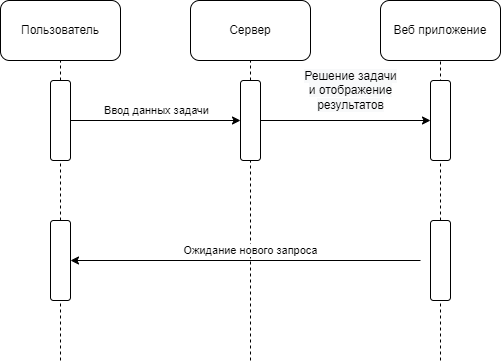
Before: boundary_value_problem.png, a diagram exported from draw.io (Dramb-Inc/Solution_boundary_value_problem). Source tidied: cells renumbered, new cells last; positions are measured from the earlier drawing's top-left corner, leaving out a move shared by most shapes.
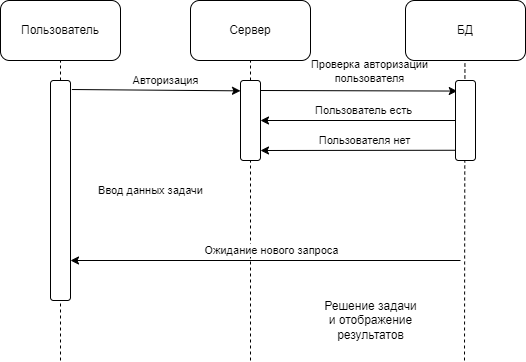
The same diagram one commit later.

Change to the diagram source:
```diff
@@ -16,17 +16,16 @@
         <mxPoint x="250" y="60" as="targetPoint" />
       </mxGeometry>
     </mxCell>
-    <mxCell id="6" value="Веб приложение" style="rounded=1;whiteSpace=wrap;html=1;" parent="1" vertex="1">
-      <mxGeometry x="380" width="120" height="60" as="geometry" />
-    </mxCell>
-    <mxCell id="7" style="endArrow=none;dashed=1;html=1;rounded=0;startArrow=none;" parent="1" edge="1" source="13">
-      <mxGeometry relative="1" as="geometry">
-        <mxPoint x="440" y="60" as="targetPoint" />
-      </mxGeometry>
-    </mxCell>
-    <mxCell id="8" value="&lt;font&gt;Ввод данных задачи&lt;/font&gt;" style="endArrow=classic;html=1;rounded=0;exitX=1;exitY=0.5;exitDx=0;exitDy=0;" parent="1" edge="1" source="18" target="9">
-      <mxGeometry y="10" relative="1" as="geometry" />
+    <mxCell id="8" value="&lt;font&gt;Ввод данных задачи&lt;/font&gt;" style="endArrow=classic;html=1;rounded=0;exitX=1.069;exitY=0.041;exitDx=0;exitDy=0;exitPerimeter=0;" parent="1" edge="1" source="18">
+      <mxGeometry x="-0.06" y="-100" relative="1" as="geometry">
+        <mxPoint x="240" y="90.4" as="targetPoint" />
+      </mxGeometry>
     </mxCell>
+    <mxCell id="20" value="Авторизация" style="edgeLabel;html=1;align=center;verticalAlign=middle;" parent="8" vertex="1">
+      <mxGeometry x="0.1" y="1" relative="1" as="geometry">
+        <mxPoint y="-9" as="offset" />
+      </mxGeometry>
+    </mxCell>
     <mxCell id="9" style="rounded=1;whiteSpace=wrap;html=1;" parent="1" vertex="1">
       <mxGeometry x="240" y="80" width="20" height="80" as="geometry" />
     </mxCell>
@@ -35,38 +34,63 @@
         <mxPoint x="250" y="360" as="sourcePoint" />
       </mxGeometry>
     </mxCell>
-    <mxCell id="11" value="&lt;font&gt;&lt;span style=&quot;color: rgb(0, 0, 0); font-family: Helvetica; font-size: 12px; font-style: normal; font-variant-ligatures: normal; font-variant-caps: normal; font-weight: 400; letter-spacing: normal; orphans: 2; text-align: center; text-indent: 0px; text-transform: none; widows: 2; word-spacing: 0px; -webkit-text-stroke-width: 0px; background-color: rgb(248, 249, 250); text-decoration-thickness: initial; text-decoration-style: initial; text-decoration-color: initial; float: none; display: inline !important;&quot;&gt;Решение задачи &lt;br&gt;и отображение&lt;br&gt;результатов&lt;br&gt;&lt;/span&gt;&lt;/font&gt;" style="endArrow=classic;html=1;rounded=0;exitX=1;exitY=0.5;exitDx=0;exitDy=0;entryX=0;entryY=0.5;entryDx=0;entryDy=0;" parent="1" edge="1" source="9" target="12">
-      <mxGeometry x="0.06" y="30" relative="1" as="geometry" />
+    <mxCell id="11" value="&lt;font&gt;&lt;span style=&quot;color: rgb(0, 0, 0); font-family: Helvetica; font-size: 12px; font-style: normal; font-variant-ligatures: normal; font-variant-caps: normal; font-weight: 400; letter-spacing: normal; orphans: 2; text-align: center; text-indent: 0px; text-transform: none; widows: 2; word-spacing: 0px; -webkit-text-stroke-width: 0px; background-color: rgb(248, 249, 250); text-decoration-thickness: initial; text-decoration-style: initial; text-decoration-color: initial; float: none; display: inline !important;&quot;&gt;&lt;br&gt;&lt;/span&gt;&lt;/font&gt;" style="endArrow=classic;html=1;rounded=0;exitX=1;exitY=0.5;exitDx=0;exitDy=0;entryX=0.088;entryY=0.132;entryDx=0;entryDy=0;entryPerimeter=0;" parent="1" edge="1" target="24">
+      <mxGeometry x="0.26" y="-100" relative="1" as="geometry">
+        <mxPoint x="260" y="90" as="sourcePoint" />
+      </mxGeometry>
     </mxCell>
-    <mxCell id="12" style="rounded=1;whiteSpace=wrap;html=1;" parent="1" vertex="1">
-      <mxGeometry x="430" y="80" width="20" height="80" as="geometry" />
-    </mxCell>
-    <mxCell id="13" style="rounded=1;whiteSpace=wrap;html=1;" parent="1" vertex="1">
-      <mxGeometry x="430" y="220" width="20" height="80" as="geometry" />
-    </mxCell>
-    <mxCell id="14" style="endArrow=none;dashed=1;html=1;rounded=0;" parent="1" edge="1" target="13">
-      <mxGeometry relative="1" as="geometry">
-        <mxPoint x="440" y="360" as="sourcePoint" />
-      </mxGeometry>
-    </mxCell>
-    <mxCell id="15" style="rounded=1;whiteSpace=wrap;html=1;" parent="1" vertex="1">
-      <mxGeometry x="50" y="220" width="20" height="80" as="geometry" />
-    </mxCell>
+    <mxCell id="21" value="Проверка авторизации&lt;br&gt;&lt;font&gt;пользователя&lt;/font&gt;" style="edgeLabel;html=1;align=center;verticalAlign=middle;" parent="11" vertex="1">
+      <mxGeometry x="0.1" relative="1" as="geometry">
+        <mxPoint y="-20" as="offset" />
+      </mxGeometry>
+    </mxCell>
-    <mxCell id="16" style="endArrow=none;dashed=1;html=1;rounded=0;entryX=0.5;entryY=1;entryDx=0;entryDy=0;" parent="1" edge="1" target="15">
+    <mxCell id="16" style="endArrow=none;dashed=1;html=1;rounded=0;entryX=0.5;entryY=1;entryDx=0;entryDy=0;" parent="1" edge="1">
       <mxGeometry relative="1" as="geometry">
         <mxPoint x="60" y="360" as="sourcePoint" />
+        <mxPoint x="60" y="300" as="targetPoint" />
       </mxGeometry>
     </mxCell>
-    <mxCell id="17" value="Ожидание нового запроса" style="endArrow=classic;html=1;rounded=0;entryX=1;entryY=0.5;entryDx=0;entryDy=0;" parent="1" edge="1" target="15">
+    <mxCell id="17" value="Ожидание нового запроса" style="endArrow=classic;html=1;rounded=0;entryX=1;entryY=0.5;entryDx=0;entryDy=0;" parent="1" edge="1">
       <mxGeometry x="-0.03" y="-10" relative="1" as="geometry">
-        <mxPoint x="420" y="260" as="sourcePoint" />
+        <mxPoint x="460" y="260" as="sourcePoint" />
+        <mxPoint x="70" y="260" as="targetPoint" />
       </mxGeometry>
     </mxCell>
     <mxCell id="18" style="rounded=1;whiteSpace=wrap;html=1;" parent="1" vertex="1">
-      <mxGeometry x="50" y="80" width="20" height="80" as="geometry" />
+      <mxGeometry x="50" y="80" width="20" height="220" as="geometry" />
     </mxCell>
-    <mxCell id="19" style="endArrow=none;dashed=1;html=1;rounded=0;entryX=0.5;entryY=1;entryDx=0;entryDy=0;startArrow=none;" parent="1" edge="1" source="15" target="18">
-      <mxGeometry relative="1" as="geometry" />
-    </mxCell>
+    <mxCell id="22" value="БД" style="rounded=1;whiteSpace=wrap;html=1;" parent="1" vertex="1">
+      <mxGeometry x="405" width="120" height="60" as="geometry" />
+    </mxCell>
+    <mxCell id="23" style="endArrow=none;dashed=1;html=1;rounded=0;" parent="1" edge="1">
+      <mxGeometry relative="1" as="geometry">
+        <mxPoint x="464" y="360" as="sourcePoint" />
+        <mxPoint x="464.4" y="60" as="targetPoint" />
+      </mxGeometry>
+    </mxCell>
+    <mxCell id="24" style="rounded=1;whiteSpace=wrap;html=1;" parent="1" vertex="1">
+      <mxGeometry x="455" y="80" width="20" height="80" as="geometry" />
+    </mxCell>
+    <mxCell id="25" style="endArrow=classic;html=1;rounded=0;entryX=1;entryY=0.5;entryDx=0;entryDy=0;entryPerimeter=0;exitX=0;exitY=0.5;exitDx=0;exitDy=0;" parent="1" edge="1" source="24" target="9">
+      <mxGeometry relative="1" as="geometry" />
+    </mxCell>
+    <mxCell id="26" value="Пользователь есть" style="edgeLabel;html=1;align=center;verticalAlign=middle;" parent="25" vertex="1">
+      <mxGeometry x="-0.21" relative="1" as="geometry">
+        <mxPoint x="-15" y="-10" as="offset" />
+      </mxGeometry>
+    </mxCell>
+    <mxCell id="27" value="&lt;font&gt;Решение задачи&lt;/font&gt;&lt;br&gt;&lt;font&gt;и отображение&lt;/font&gt;&lt;br&gt;&lt;font&gt;результатов&lt;/font&gt;" style="text;html=1;align=center;verticalAlign=middle;strokeColor=none;fillColor=none;" parent="1" vertex="1">
+      <mxGeometry x="310" y="290" width="120" height="60" as="geometry" />
+    </mxCell>
+    <mxCell id="28" style="endArrow=classic;html=1;rounded=0;entryX=1;entryY=0.5;entryDx=0;entryDy=0;entryPerimeter=0;exitX=-0.027;exitY=0.872;exitDx=0;exitDy=0;exitPerimeter=0;" parent="1" edge="1" source="24">
+      <mxGeometry relative="1" as="geometry">
+        <mxPoint x="260" y="150" as="targetPoint" />
+      </mxGeometry>
+    </mxCell>
+    <mxCell id="29" value="Пользователя нет" style="edgeLabel;html=1;align=center;verticalAlign=middle;" parent="28" vertex="1">
+      <mxGeometry x="-0.21" relative="1" as="geometry">
+        <mxPoint x="-15" y="-10" as="offset" />
+      </mxGeometry>
+    </mxCell>
   </root>
 </mxGraphModel>
```
